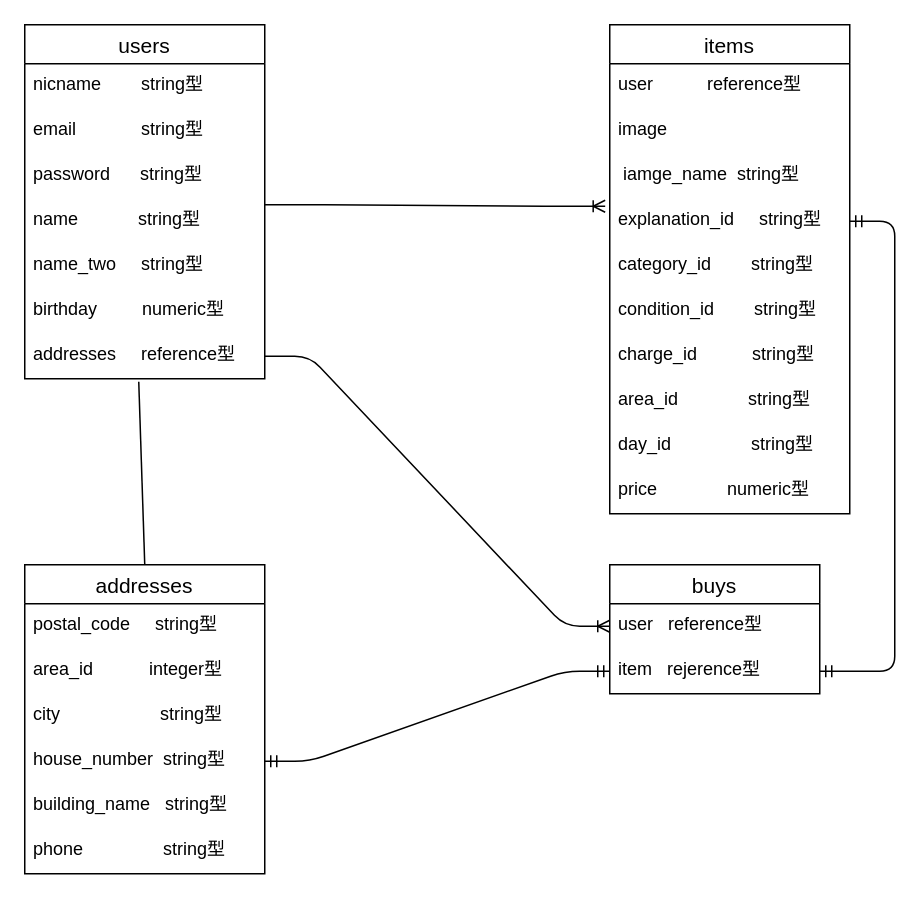
Earlier version of the draw.io diagram test.dio (kawahagi111/furima-32995). Source tidied: cells renumbered, new cells numbered last; positions are measured from the earlier drawing's top-left corner, leaving out a move shared by most shapes. Both pictures are drawn from the tidied source at 150%, with x=0, y=0 at pixel (24, 24).
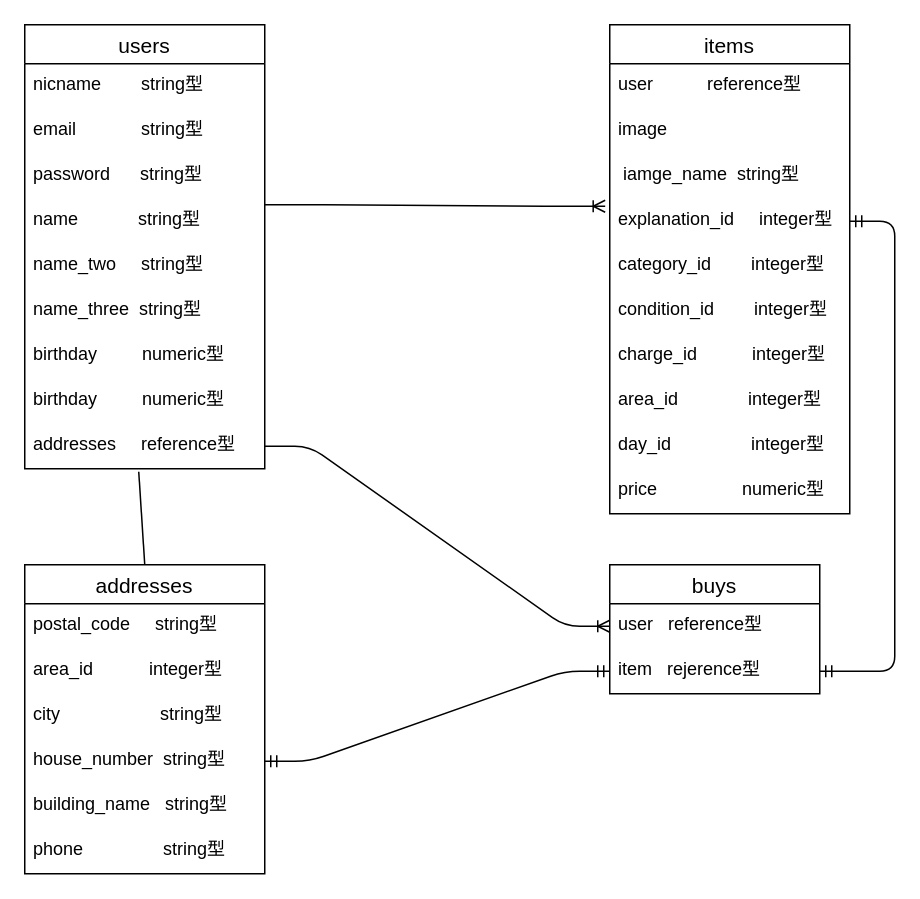
After the change.

Commit message (it also covers changes not shown here):
データベース設計4

Unchanged cells that the change refers to:
```xml
<mxCell id="11" value="items" style="swimlane;fontStyle=0;horizontal=1;startSize=26;align=center;fontSize=14;" parent="1" vertex="1">
  <mxGeometry x="390" width="160" height="326" as="geometry" />
</mxCell>
```

Diff of the diagram source:
```diff
@@
     <mxCell id="2" value="users" style="swimlane;fontStyle=0;horizontal=1;startSize=26;align=center;fontSize=14;" parent="1" vertex="1">
-      <mxGeometry width="160" height="236" as="geometry" />
+      <mxGeometry width="160" height="296" as="geometry" />
     </mxCell>
@@
-    <mxCell id="8" value="birthday         numeric型" style="text;strokeColor=none;fillColor=none;spacingLeft=4;spacingRight=4;overflow=hidden;fontSize=12;" parent="2" vertex="1">
+    <mxCell id="8" value="name_three  string型" style="text;strokeColor=none;fillColor=none;spacingLeft=4;spacingRight=4;overflow=hidden;fontSize=12;" parent="2" vertex="1">
       <mxGeometry y="176" width="160" height="30" as="geometry" />
     </mxCell>
+    <mxCell id="36" value="birthday         numeric型" style="text;strokeColor=none;fillColor=none;spacingLeft=4;spacingRight=4;overflow=hidden;fontSize=12;" parent="2" vertex="1">
+      <mxGeometry y="206" width="160" height="30" as="geometry" />
+    </mxCell>
+    <mxCell id="37" value="birthday         numeric型" style="text;strokeColor=none;fillColor=none;spacingLeft=4;spacingRight=4;overflow=hidden;fontSize=12;" parent="2" vertex="1">
+      <mxGeometry y="236" width="160" height="30" as="geometry" />
+    </mxCell>
     <mxCell id="9" value="addresses     reference型" style="text;strokeColor=none;fillColor=none;spacingLeft=4;spacingRight=4;overflow=hidden;points=[[0,0.5],[1,0.5]];portConstraint=eastwest;fontSize=12;" parent="2" vertex="1">
-      <mxGeometry y="206" width="160" height="30" as="geometry" />
+      <mxGeometry y="266" width="160" height="30" as="geometry" />
     </mxCell>
@@
-    <mxCell id="15" value="explanation_id     string型" style="text;strokeColor=none;fillColor=none;spacingLeft=4;spacingRight=4;overflow=hidden;points=[[0,0.5],[1,0.5]];portConstraint=eastwest;fontSize=12;" parent="11" vertex="1">
+    <mxCell id="15" value="explanation_id     integer型" style="text;strokeColor=none;fillColor=none;spacingLeft=4;spacingRight=4;overflow=hidden;points=[[0,0.5],[1,0.5]];portConstraint=eastwest;fontSize=12;" parent="11" vertex="1">
       <mxGeometry y="116" width="160" height="30" as="geometry" />
     </mxCell>
-    <mxCell id="16" value="category_id        string型" style="text;strokeColor=none;fillColor=none;spacingLeft=4;spacingRight=4;overflow=hidden;fontSize=12;" parent="11" vertex="1">
+    <mxCell id="16" value="category_id        integer型" style="text;strokeColor=none;fillColor=none;spacingLeft=4;spacingRight=4;overflow=hidden;fontSize=12;" parent="11" vertex="1">
       <mxGeometry y="146" width="160" height="30" as="geometry" />
     </mxCell>
-    <mxCell id="17" value="condition_id        string型" style="text;strokeColor=none;fillColor=none;spacingLeft=4;spacingRight=4;overflow=hidden;fontSize=12;" parent="11" vertex="1">
+    <mxCell id="17" value="condition_id        integer型" style="text;strokeColor=none;fillColor=none;spacingLeft=4;spacingRight=4;overflow=hidden;fontSize=12;" parent="11" vertex="1">
       <mxGeometry y="176" width="160" height="30" as="geometry" />
     </mxCell>
-    <mxCell id="18" value="charge_id           string型" style="text;strokeColor=none;fillColor=none;spacingLeft=4;spacingRight=4;overflow=hidden;fontSize=12;" parent="11" vertex="1">
+    <mxCell id="18" value="charge_id           integer型" style="text;strokeColor=none;fillColor=none;spacingLeft=4;spacingRight=4;overflow=hidden;fontSize=12;" parent="11" vertex="1">
       <mxGeometry y="206" width="160" height="30" as="geometry" />
     </mxCell>
-    <mxCell id="19" value="area_id              string型" style="text;strokeColor=none;fillColor=none;spacingLeft=4;spacingRight=4;overflow=hidden;fontSize=12;" parent="11" vertex="1">
+    <mxCell id="19" value="area_id              integer型" style="text;strokeColor=none;fillColor=none;spacingLeft=4;spacingRight=4;overflow=hidden;fontSize=12;" parent="11" vertex="1">
       <mxGeometry y="236" width="160" height="30" as="geometry" />
     </mxCell>
-    <mxCell id="20" value="day_id                string型" style="text;strokeColor=none;fillColor=none;spacingLeft=4;spacingRight=4;overflow=hidden;fontSize=12;" parent="11" vertex="1">
+    <mxCell id="20" value="day_id                integer型" style="text;strokeColor=none;fillColor=none;spacingLeft=4;spacingRight=4;overflow=hidden;fontSize=12;" parent="11" vertex="1">
       <mxGeometry y="266" width="160" height="30" as="geometry" />
     </mxCell>
-    <mxCell id="21" value="price              numeric型" style="text;strokeColor=none;fillColor=none;spacingLeft=4;spacingRight=4;overflow=hidden;fontSize=12;" parent="11" vertex="1">
+    <mxCell id="21" value="price                 numeric型" style="text;strokeColor=none;fillColor=none;spacingLeft=4;spacingRight=4;overflow=hidden;fontSize=12;" parent="11" vertex="1">
       <mxGeometry y="296" width="160" height="30" as="geometry" />
     </mxCell>
```
